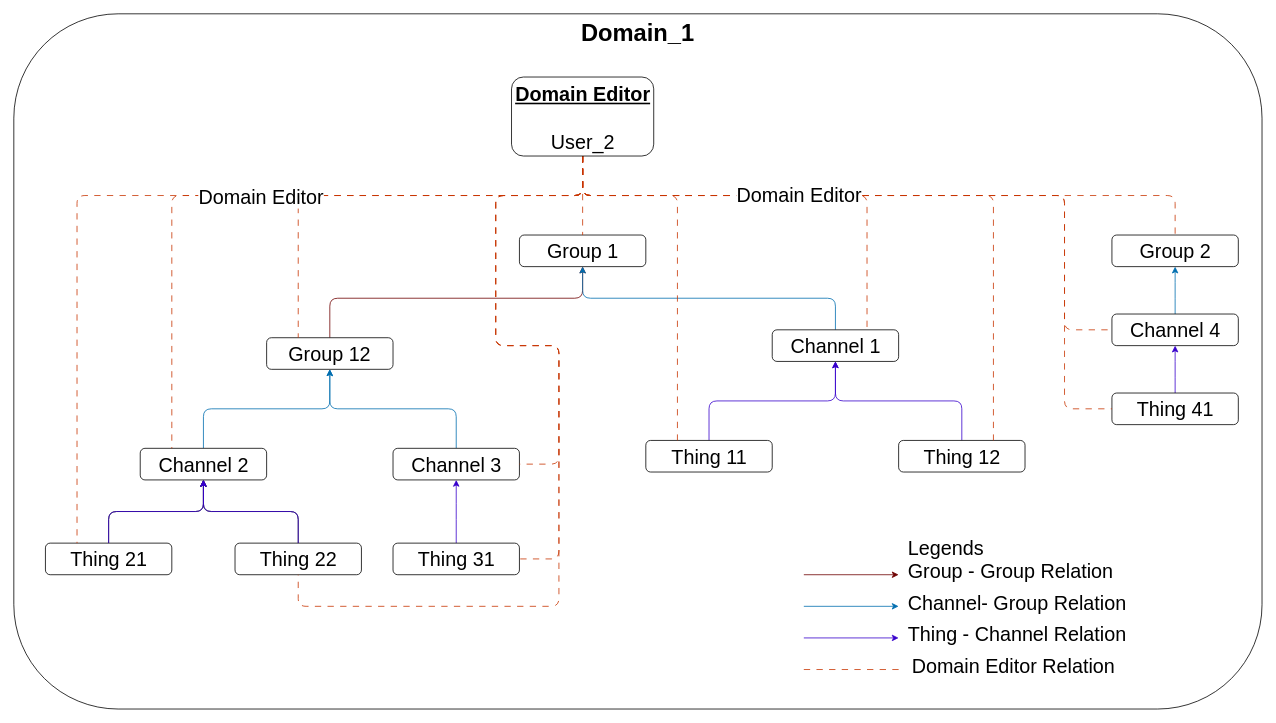
This is docs/diagrams/domain_users_editor.drawio from absmach/supermq-docs, a draw.io file, before an edit. Source tidied: cells renumbered, new cells numbered last; positions are measured from the earlier drawing's top-left corner, leaving out a move shared by most shapes. Both pictures are drawn from the tidied source at 79%, with x=0, y=0 at pixel (13, 13).
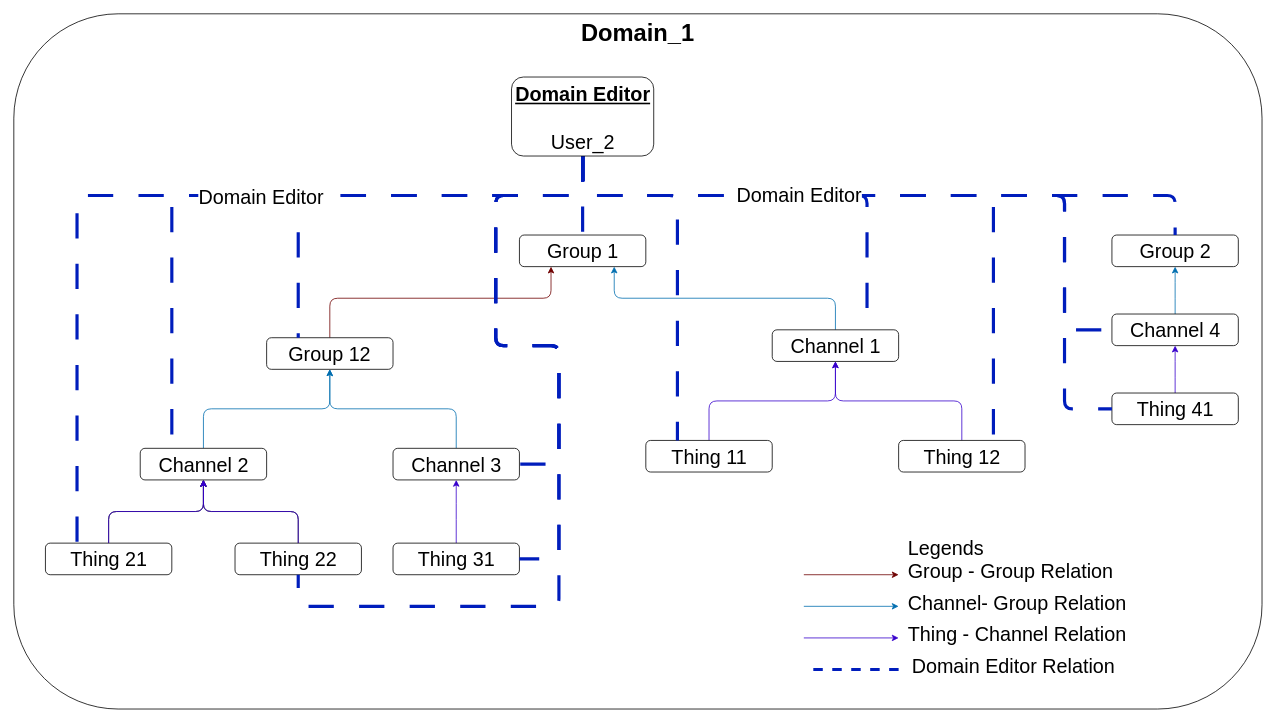
The same diagram, later.

The change refers to these unchanged cells:
```xml
<mxCell id="4" value="Group 1" style="rounded=1;html=1;fontSize=25;" parent="3" vertex="1">
  <mxGeometry x="640" y="280" width="160" height="40" as="geometry" />
</mxCell>
<mxCell id="6" value="Group 12" style="rounded=1;whiteSpace=wrap;html=1;fontSize=25;" parent="3" vertex="1">
  <mxGeometry x="320" y="410" width="160" height="40" as="geometry" />
</mxCell>
<mxCell id="8" value="Channel 2" style="rounded=1;html=1;fontSize=25;" parent="3" vertex="1">
  <mxGeometry x="160" y="550" width="160" height="40" as="geometry" />
</mxCell>
<mxCell id="10" value="Channel 3" style="rounded=1;html=1;fontSize=25;" parent="3" vertex="1">
  <mxGeometry x="480" y="550" width="160" height="40" as="geometry" />
</mxCell>
<mxCell id="12" value="Channel 1" style="rounded=1;html=1;fontSize=25;" parent="3" vertex="1">
  <mxGeometry x="960" y="400" width="160" height="40" as="geometry" />
</mxCell>
<mxCell id="14" value="Thing 11" style="rounded=1;html=1;fontSize=25;" parent="3" vertex="1">
  <mxGeometry x="800" y="540" width="160" height="40" as="geometry" />
</mxCell>
<mxCell id="16" value="Thing 12" style="rounded=1;html=1;fontSize=25;" parent="3" vertex="1">
  <mxGeometry x="1120" y="540" width="160" height="40" as="geometry" />
</mxCell>
<mxCell id="18" value="Thing 21" style="rounded=1;html=1;fontSize=25;" parent="3" vertex="1">
  <mxGeometry x="40" y="670" width="160" height="40" as="geometry" />
</mxCell>
<mxCell id="20" value="Thing 22" style="rounded=1;html=1;fontSize=25;" parent="3" vertex="1">
  <mxGeometry x="280" y="670" width="160" height="40" as="geometry" />
</mxCell>
<mxCell id="22" value="Thing 31" style="rounded=1;html=1;fontSize=25;" parent="3" vertex="1">
  <mxGeometry x="480" y="670" width="160" height="40" as="geometry" />
</mxCell>
<mxCell id="25" value="Group 2" style="rounded=1;html=1;fontSize=25;" parent="3" vertex="1">
  <mxGeometry x="1390" y="280" width="160" height="40" as="geometry" />
</mxCell>
<mxCell id="27" value="Channel 4" style="rounded=1;html=1;fontSize=25;" parent="3" vertex="1">
  <mxGeometry x="1390" y="380" width="160" height="40" as="geometry" />
</mxCell>
<mxCell id="29" value="Thing 41" style="rounded=1;html=1;fontSize=25;" parent="3" vertex="1">
  <mxGeometry x="1390" y="480" width="160" height="40" as="geometry" />
</mxCell>
<mxCell id="46" value="&lt;font style=&quot;font-size: 25px;&quot;&gt;&lt;b&gt;&lt;u&gt;Domain Editor&lt;/u&gt;&lt;/b&gt;&lt;br&gt;&lt;br&gt;User_2&lt;/font&gt;" style="rounded=1;html=1;fontSize=25;verticalAlign=top;" parent="30" vertex="1">
  <mxGeometry x="630" y="80" width="180" height="100" as="geometry" />
</mxCell>
```

What changed in the source:
```diff
@@
-    <mxCell id="5" style="edgeStyle=elbowEdgeStyle;rounded=1;elbow=vertical;html=1;entryX=0.5;entryY=1;entryDx=0;entryDy=0;fontSize=20;fillColor=#a20025;strokeColor=#6F0000;" parent="3" edge="1" source="6" target="4">
+    <mxCell id="5" style="edgeStyle=elbowEdgeStyle;rounded=1;elbow=vertical;html=1;entryX=0.25;entryY=1;entryDx=0;entryDy=0;fontSize=20;fillColor=#a20025;strokeColor=#6F0000;" parent="3" edge="1" source="6" target="4">
       <mxGeometry relative="1" as="geometry">
         <Array as="points">
           <mxPoint x="560" y="360" />
         </Array>
       </mxGeometry>
     </mxCell>
@@
-    <mxCell id="11" style="edgeStyle=elbowEdgeStyle;rounded=1;elbow=vertical;html=1;fontSize=20;fillColor=#1ba1e2;strokeColor=#006EAF;" parent="3" edge="1" source="12">
-      <mxGeometry relative="1" as="geometry">
-        <mxPoint x="720" y="320" as="targetPoint" />
-      </mxGeometry>
+    <mxCell id="11" style="edgeStyle=elbowEdgeStyle;rounded=1;elbow=vertical;html=1;fontSize=20;fillColor=#1ba1e2;strokeColor=#006EAF;entryX=0.75;entryY=1;entryDx=0;entryDy=0;" parent="3" edge="1" source="12" target="4">
+      <mxGeometry relative="1" as="geometry" />
     </mxCell>
@@
-    <mxCell id="31" style="edgeStyle=orthogonalEdgeStyle;rounded=1;elbow=vertical;html=1;entryX=0.5;entryY=0;entryDx=0;entryDy=0;dashed=1;dashPattern=8 8;strokeColor=#C73500;fontSize=25;startArrow=none;startFill=0;endArrow=none;endFill=0;fillColor=#fa6800;" parent="30" edge="1" source="46" target="4">
+    <mxCell id="31" style="edgeStyle=orthogonalEdgeStyle;rounded=1;elbow=vertical;html=1;entryX=0.5;entryY=0;entryDx=0;entryDy=0;dashed=1;dashPattern=8 8;strokeColor=#001DBC;fontSize=25;startArrow=none;startFill=0;endArrow=none;endFill=0;fillColor=#0050ef;strokeWidth=4;" parent="30" edge="1" source="46" target="4">
       <mxGeometry relative="1" as="geometry" />
     </mxCell>
-    <mxCell id="32" style="edgeStyle=orthogonalEdgeStyle;rounded=1;elbow=vertical;html=1;entryX=0.25;entryY=0;entryDx=0;entryDy=0;dashed=1;dashPattern=8 8;strokeColor=#C73500;fontSize=25;startArrow=none;startFill=0;endArrow=none;endFill=0;fillColor=#fa6800;" parent="30" edge="1" source="46" target="6">
+    <mxCell id="32" style="edgeStyle=orthogonalEdgeStyle;rounded=1;elbow=vertical;html=1;entryX=0.25;entryY=0;entryDx=0;entryDy=0;dashed=1;dashPattern=8 8;strokeColor=#001DBC;fontSize=25;startArrow=none;startFill=0;endArrow=none;endFill=0;fillColor=#0050ef;strokeWidth=4;" parent="30" edge="1" source="46" target="6">
       <mxGeometry relative="1" as="geometry">
         <Array as="points">
           <mxPoint x="720" y="230" />
           <mxPoint x="360" y="230" />
         </Array>
       </mxGeometry>
     </mxCell>
-    <mxCell id="33" style="edgeStyle=orthogonalEdgeStyle;rounded=1;elbow=vertical;html=1;entryX=0.25;entryY=0;entryDx=0;entryDy=0;dashed=1;dashPattern=8 8;strokeColor=#C73500;fontSize=25;startArrow=none;startFill=0;endArrow=none;endFill=0;fillColor=#fa6800;" parent="30" edge="1" source="46" target="8">
+    <mxCell id="33" style="edgeStyle=orthogonalEdgeStyle;rounded=1;elbow=vertical;html=1;entryX=0.25;entryY=0;entryDx=0;entryDy=0;dashed=1;dashPattern=8 8;strokeColor=#001DBC;fontSize=25;startArrow=none;startFill=0;endArrow=none;endFill=0;fillColor=#0050ef;strokeWidth=4;" parent="30" edge="1" source="46" target="8">
       <mxGeometry relative="1" as="geometry">
         <Array as="points">
           <mxPoint x="720" y="230" />
           <mxPoint x="200" y="230" />
         </Array>
       </mxGeometry>
     </mxCell>
-    <mxCell id="34" style="edgeStyle=orthogonalEdgeStyle;rounded=1;elbow=vertical;html=1;entryX=0.25;entryY=0;entryDx=0;entryDy=0;dashed=1;dashPattern=8 8;strokeColor=#C73500;fontSize=25;startArrow=none;startFill=0;endArrow=none;endFill=0;fillColor=#fa6800;" parent="30" edge="1" source="46" target="18">
+    <mxCell id="34" style="edgeStyle=orthogonalEdgeStyle;rounded=1;elbow=vertical;html=1;entryX=0.25;entryY=0;entryDx=0;entryDy=0;dashed=1;dashPattern=8 8;strokeColor=#001DBC;fontSize=25;startArrow=none;startFill=0;endArrow=none;endFill=0;fillColor=#0050ef;strokeWidth=4;" parent="30" edge="1" source="46" target="18">
       <mxGeometry relative="1" as="geometry">
         <Array as="points">
           <mxPoint x="720" y="230" />
           <mxPoint x="80" y="230" />
         </Array>
       </mxGeometry>
     </mxCell>
@@
-    <mxCell id="36" style="edgeStyle=orthogonalEdgeStyle;rounded=1;elbow=vertical;html=1;entryX=1;entryY=0.5;entryDx=0;entryDy=0;dashed=1;dashPattern=8 8;strokeColor=#C73500;fontSize=25;startArrow=none;startFill=0;endArrow=none;endFill=0;fillColor=#fa6800;" parent="30" edge="1" source="46" target="10">
+    <mxCell id="36" style="edgeStyle=orthogonalEdgeStyle;rounded=1;elbow=vertical;html=1;entryX=1;entryY=0.5;entryDx=0;entryDy=0;dashed=1;dashPattern=8 8;strokeColor=#001DBC;fontSize=25;startArrow=none;startFill=0;endArrow=none;endFill=0;fillColor=#0050ef;strokeWidth=4;" parent="30" edge="1" source="46" target="10">
       <mxGeometry relative="1" as="geometry">
         <Array as="points">
           <mxPoint x="720" y="230" />
           <mxPoint x="610" y="230" />
           <mxPoint x="610" y="420" />
           <mxPoint x="690" y="420" />
           <mxPoint x="690" y="570" />
         </Array>
       </mxGeometry>
     </mxCell>
-    <mxCell id="37" style="edgeStyle=orthogonalEdgeStyle;rounded=1;elbow=vertical;html=1;entryX=0.5;entryY=1;entryDx=0;entryDy=0;dashed=1;dashPattern=8 8;strokeColor=#C73500;fontSize=25;startArrow=none;startFill=0;endArrow=none;endFill=0;fillColor=#fa6800;" parent="30" edge="1" source="46" target="20">
+    <mxCell id="37" style="edgeStyle=orthogonalEdgeStyle;rounded=1;elbow=vertical;html=1;entryX=0.5;entryY=1;entryDx=0;entryDy=0;dashed=1;dashPattern=8 8;strokeColor=#001DBC;fontSize=25;startArrow=none;startFill=0;endArrow=none;endFill=0;fillColor=#0050ef;strokeWidth=4;" parent="30" edge="1" source="46" target="20">
       <mxGeometry relative="1" as="geometry">
         <Array as="points">
           <mxPoint x="720" y="230" />
           <mxPoint x="610" y="230" />
           <mxPoint x="610" y="420" />
           <mxPoint x="690" y="420" />
           <mxPoint x="690" y="750" />
           <mxPoint x="360" y="750" />
         </Array>
       </mxGeometry>
     </mxCell>
-    <mxCell id="38" style="edgeStyle=orthogonalEdgeStyle;rounded=1;elbow=vertical;html=1;entryX=1;entryY=0.5;entryDx=0;entryDy=0;dashed=1;dashPattern=8 8;strokeColor=#C73500;fontSize=25;startArrow=none;startFill=0;endArrow=none;endFill=0;fillColor=#fa6800;" parent="30" edge="1" source="46" target="22">
+    <mxCell id="38" style="edgeStyle=orthogonalEdgeStyle;rounded=1;elbow=vertical;html=1;entryX=1;entryY=0.5;entryDx=0;entryDy=0;dashed=1;dashPattern=8 8;strokeColor=#001DBC;fontSize=25;startArrow=none;startFill=0;endArrow=none;endFill=0;fillColor=#0050ef;strokeWidth=4;" parent="30" edge="1" source="46" target="22">
       <mxGeometry relative="1" as="geometry">
         <Array as="points">
           <mxPoint x="720" y="230" />
           <mxPoint x="610" y="230" />
           <mxPoint x="610" y="420" />
           <mxPoint x="690" y="420" />
           <mxPoint x="690" y="690" />
         </Array>
       </mxGeometry>
     </mxCell>
-    <mxCell id="39" style="edgeStyle=orthogonalEdgeStyle;rounded=1;elbow=vertical;html=1;entryX=0.75;entryY=0;entryDx=0;entryDy=0;dashed=1;dashPattern=8 8;strokeColor=#C73500;fontSize=25;startArrow=none;startFill=0;endArrow=none;endFill=0;fillColor=#fa6800;" parent="30" edge="1" source="46" target="16">
+    <mxCell id="39" style="edgeStyle=orthogonalEdgeStyle;rounded=1;elbow=vertical;html=1;entryX=0.75;entryY=0;entryDx=0;entryDy=0;dashed=1;dashPattern=8 8;strokeColor=#001DBC;fontSize=25;startArrow=none;startFill=0;endArrow=none;endFill=0;fillColor=#0050ef;strokeWidth=4;" parent="30" edge="1" source="46" target="16">
       <mxGeometry relative="1" as="geometry">
         <Array as="points">
           <mxPoint x="720" y="230" />
           <mxPoint x="1240" y="230" />
         </Array>
       </mxGeometry>
     </mxCell>
-    <mxCell id="40" style="edgeStyle=orthogonalEdgeStyle;rounded=1;elbow=vertical;html=1;entryX=0.75;entryY=0;entryDx=0;entryDy=0;dashed=1;dashPattern=8 8;strokeColor=#C73500;fontSize=25;startArrow=none;startFill=0;endArrow=none;endFill=0;fillColor=#fa6800;" parent="30" edge="1" source="46" target="12">
+    <mxCell id="40" style="edgeStyle=orthogonalEdgeStyle;rounded=1;elbow=vertical;html=1;entryX=0.75;entryY=0;entryDx=0;entryDy=0;dashed=1;dashPattern=8 8;strokeColor=#001DBC;fontSize=25;startArrow=none;startFill=0;endArrow=none;endFill=0;fillColor=#0050ef;strokeWidth=4;" parent="30" edge="1" source="46" target="12">
       <mxGeometry relative="1" as="geometry">
         <Array as="points">
           <mxPoint x="720" y="230" />
           <mxPoint x="1080" y="230" />
         </Array>
       </mxGeometry>
     </mxCell>
-    <mxCell id="41" style="edgeStyle=orthogonalEdgeStyle;rounded=1;elbow=vertical;html=1;entryX=0.25;entryY=0;entryDx=0;entryDy=0;dashed=1;dashPattern=8 8;strokeColor=#C73500;fontSize=25;startArrow=none;startFill=0;endArrow=none;endFill=0;fillColor=#fa6800;" parent="30" edge="1" source="46" target="14">
+    <mxCell id="41" style="edgeStyle=orthogonalEdgeStyle;rounded=1;elbow=vertical;html=1;entryX=0.25;entryY=0;entryDx=0;entryDy=0;dashed=1;dashPattern=8 8;strokeColor=#001DBC;fontSize=25;startArrow=none;startFill=0;endArrow=none;endFill=0;fillColor=#0050ef;strokeWidth=4;" parent="30" edge="1" source="46" target="14">
       <mxGeometry relative="1" as="geometry">
         <Array as="points">
           <mxPoint x="720" y="230" />
           <mxPoint x="840" y="230" />
         </Array>
       </mxGeometry>
     </mxCell>
-    <mxCell id="42" style="edgeStyle=orthogonalEdgeStyle;rounded=1;elbow=vertical;html=1;entryX=0;entryY=0.5;entryDx=0;entryDy=0;dashed=1;dashPattern=8 8;strokeColor=#C73500;fontSize=25;startArrow=none;startFill=0;endArrow=none;endFill=0;fillColor=#fa6800;" parent="30" edge="1" source="46" target="27">
+    <mxCell id="42" style="edgeStyle=orthogonalEdgeStyle;rounded=1;elbow=vertical;html=1;entryX=0;entryY=0.5;entryDx=0;entryDy=0;dashed=1;dashPattern=8 8;strokeColor=#001DBC;fontSize=25;startArrow=none;startFill=0;endArrow=none;endFill=0;fillColor=#0050ef;strokeWidth=4;" parent="30" edge="1" source="46" target="27">
       <mxGeometry relative="1" as="geometry">
         <Array as="points">
           <mxPoint x="720" y="230" />
           <mxPoint x="1330" y="230" />
           <mxPoint x="1330" y="400" />
         </Array>
       </mxGeometry>
     </mxCell>
-    <mxCell id="43" style="edgeStyle=orthogonalEdgeStyle;rounded=1;html=1;entryX=0;entryY=0.5;entryDx=0;entryDy=0;dashed=1;dashPattern=8 8;strokeColor=#C73500;fontSize=25;startArrow=none;startFill=0;endArrow=none;endFill=0;fillColor=#fa6800;" parent="30" edge="1" source="46" target="29">
+    <mxCell id="43" style="edgeStyle=orthogonalEdgeStyle;rounded=1;html=1;entryX=0;entryY=0.5;entryDx=0;entryDy=0;dashed=1;dashPattern=8 8;strokeColor=#001DBC;fontSize=25;startArrow=none;startFill=0;endArrow=none;endFill=0;fillColor=#0050ef;strokeWidth=4;" parent="30" edge="1" source="46" target="29">
       <mxGeometry relative="1" as="geometry">
         <Array as="points">
           <mxPoint x="720" y="230" />
           <mxPoint x="1330" y="230" />
           <mxPoint x="1330" y="500" />
         </Array>
       </mxGeometry>
     </mxCell>
-    <mxCell id="44" style="edgeStyle=orthogonalEdgeStyle;rounded=1;html=1;strokeColor=#C73500;fontSize=25;startArrow=none;startFill=0;endArrow=none;endFill=0;fillColor=#fa6800;dashed=1;dashPattern=8 8;entryX=0.5;entryY=0;entryDx=0;entryDy=0;" parent="30" edge="1" source="46" target="25">
+    <mxCell id="44" style="edgeStyle=orthogonalEdgeStyle;rounded=1;html=1;strokeColor=#001DBC;fontSize=25;startArrow=none;startFill=0;endArrow=none;endFill=0;fillColor=#0050ef;dashed=1;dashPattern=8 8;entryX=0.5;entryY=0;entryDx=0;entryDy=0;strokeWidth=4;" parent="30" edge="1" source="46" target="25">
       <mxGeometry relative="1" as="geometry">
         <Array as="points">
           <mxPoint x="720" y="230" />
           <mxPoint x="1470" y="230" />
         </Array>
       </mxGeometry>
     </mxCell>
@@
-    <mxCell id="52" style="endArrow=none;startArrow=none;html=1;rounded=1;dashed=1;dashPattern=8 8;strokeColor=#C73500;fontSize=25;startFill=0;endFill=0;fillColor=#fa6800;" parent="47" edge="1">
+    <mxCell id="52" style="endArrow=none;startArrow=none;html=1;rounded=1;dashed=1;strokeColor=#001DBC;fontSize=25;startFill=0;endFill=0;fillColor=#0050ef;strokeWidth=4;" parent="47" edge="1">
       <mxGeometry relative="1" as="geometry">
         <mxPoint x="1120" y="830" as="sourcePoint" />
         <mxPoint x="1000" y="830" as="targetPoint" />
       </mxGeometry>
     </mxCell>
```
